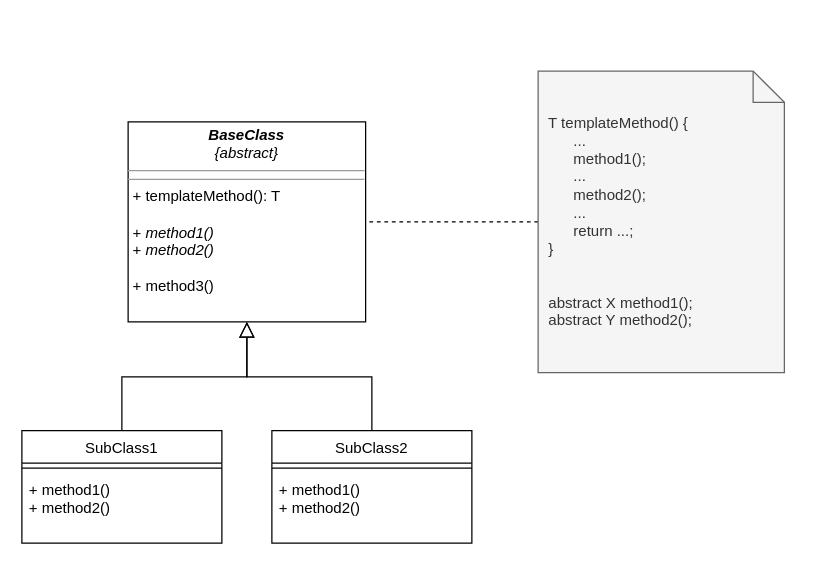
Earlier version of the draw.io diagram markdown/pattern/images/template-method.drawio (Programmiermethoden-CampusMinden/Prog2-Lecture). Source tidied: cells renumbered, new cells numbered last; positions are measured from the earlier drawing's top-left corner, leaving out a move shared by most shapes. Both pictures are drawn from the tidied source at 125%, with x=0, y=0 at pixel (21, 70).
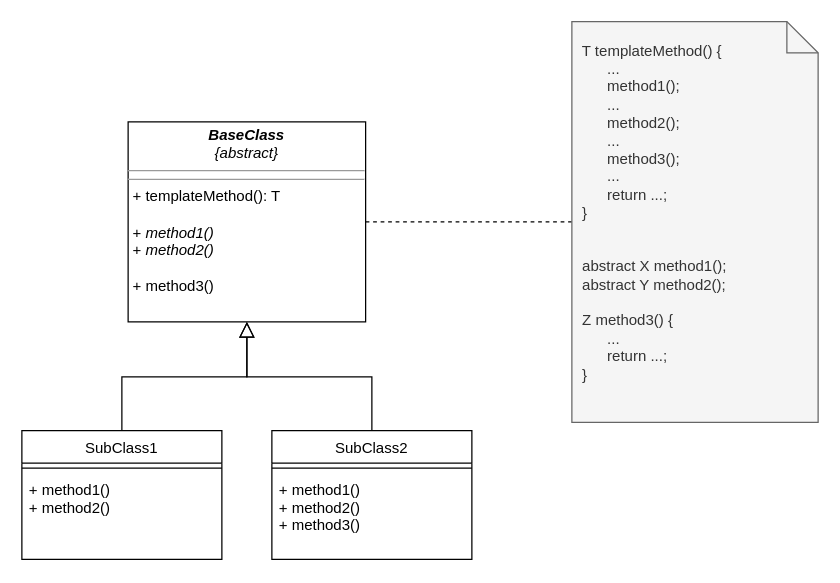
After the change.

The edit, as a diff of the source:
```diff
@@
 <mxGraphModel>
   <root>
     <mxCell id="0" />
     <mxCell id="1" parent="0" />
     <mxCell id="2" value="SubClass1" style="swimlane;fontStyle=0;align=center;verticalAlign=top;horizontal=1;startSize=26;rounded=0;shadow=0;strokeWidth=1;" parent="1" vertex="1">
-      <mxGeometry y="288" width="160" height="90" as="geometry" />
+      <mxGeometry y="288" width="160" height="103" as="geometry" />
     </mxCell>
     <mxCell id="3" style="line;html=1;strokeWidth=1;align=left;verticalAlign=middle;spacingTop=-1;spacingLeft=3;spacingRight=3;labelPosition=right;" parent="2" vertex="1">
       <mxGeometry y="26" width="160" height="8" as="geometry" />
     </mxCell>
     <mxCell id="4" value="+ method1()&#10;+ method2()" style="text;align=left;verticalAlign=top;spacingLeft=4;spacingRight=4;overflow=hidden;" parent="2" vertex="1">
       <mxGeometry y="34" width="160" height="56" as="geometry" />
     </mxCell>
     <mxCell id="5" style="endArrow=block;endSize=10;endFill=0;shadow=0;strokeWidth=1;rounded=0;edgeStyle=elbowEdgeStyle;elbow=vertical;entryX=0.5;entryY=1;entryDx=0;entryDy=0;" parent="1" edge="1" source="2" target="7">
       <mxGeometry relative="1" as="geometry" />
     </mxCell>
     <mxCell id="6" style="endArrow=block;endSize=10;endFill=0;shadow=0;strokeWidth=1;rounded=0;edgeStyle=elbowEdgeStyle;elbow=vertical;entryX=0.5;entryY=1;entryDx=0;entryDy=0;exitX=0.5;exitY=0;exitDx=0;exitDy=0;" parent="1" edge="1" source="8" target="7">
       <mxGeometry relative="1" as="geometry" />
     </mxCell>
     <mxCell id="7" value="&lt;p style=&quot;margin:0px;margin-top:4px;text-align:center;&quot;&gt;&lt;i&gt;&lt;b&gt;BaseClass&lt;/b&gt;&lt;br&gt;{abstract}&lt;b&gt;&lt;br&gt;&lt;/b&gt;&lt;/i&gt;&lt;/p&gt;&lt;hr size=&quot;1&quot;&gt;&lt;hr size=&quot;1&quot;&gt;&lt;p style=&quot;margin:0px;margin-left:4px;&quot;&gt;+ templateMethod(): T&lt;br&gt;&lt;/p&gt;&lt;p style=&quot;margin:0px;margin-left:4px;&quot;&gt;&lt;br&gt;&lt;/p&gt;&lt;p style=&quot;margin:0px;margin-left:4px;&quot;&gt;+ &lt;i&gt;method1()&lt;/i&gt;&lt;/p&gt;&lt;p style=&quot;margin:0px;margin-left:4px;&quot;&gt;+ &lt;i&gt;method2()&lt;/i&gt;&lt;/p&gt;&lt;p style=&quot;margin:0px;margin-left:4px;&quot;&gt;&lt;br&gt;&lt;/p&gt;&lt;p style=&quot;margin:0px;margin-left:4px;&quot;&gt;+ method3()&lt;/p&gt;&lt;p style=&quot;margin:0px;margin-left:4px;&quot;&gt;&lt;i&gt;&lt;br&gt;&lt;/i&gt;&lt;/p&gt;" style="verticalAlign=top;align=left;overflow=fill;fontSize=12;fontFamily=Helvetica;html=1;" parent="1" vertex="1">
       <mxGeometry x="85" y="41" width="190" height="160" as="geometry" />
     </mxCell>
     <mxCell id="8" value="SubClass2" style="swimlane;fontStyle=0;align=center;verticalAlign=top;horizontal=1;startSize=26;rounded=0;shadow=0;strokeWidth=1;" parent="1" vertex="1">
-      <mxGeometry x="200" y="288" width="160" height="90" as="geometry" />
+      <mxGeometry x="200" y="288" width="160" height="103" as="geometry" />
     </mxCell>
     <mxCell id="9" style="line;html=1;strokeWidth=1;align=left;verticalAlign=middle;spacingTop=-1;spacingLeft=3;spacingRight=3;labelPosition=right;" parent="8" vertex="1">
       <mxGeometry y="26" width="160" height="8" as="geometry" />
     </mxCell>
-    <mxCell id="10" value="+ method1()&#10;+ method2()" style="text;align=left;verticalAlign=top;spacingLeft=4;spacingRight=4;overflow=hidden;" parent="8" vertex="1">
+    <mxCell id="10" value="+ method1()&#10;+ method2()&#10;+ method3()&#10;" style="text;align=left;verticalAlign=top;spacingLeft=4;spacingRight=4;overflow=hidden;" parent="8" vertex="1">
       <mxGeometry y="34" width="160" height="56" as="geometry" />
     </mxCell>
     <mxCell id="11" style="edgeStyle=orthogonalEdgeStyle;rounded=0;jettySize=auto;html=1;entryX=1;entryY=0.5;entryDx=0;entryDy=0;endArrow=none;endFill=0;dashed=1;" parent="1" edge="1" source="12" target="7">
       <mxGeometry relative="1" as="geometry" />
     </mxCell>
-    <mxCell id="12" value="&lt;div&gt;&amp;nbsp; T templateMethod() {&lt;/div&gt;&lt;div&gt;&amp;nbsp;&amp;nbsp;&amp;nbsp;&amp;nbsp;&amp;nbsp;&amp;nbsp;&amp;nbsp; ...&lt;/div&gt;&lt;div&gt;&amp;nbsp;&amp;nbsp;&amp;nbsp;&amp;nbsp;&amp;nbsp;&amp;nbsp;&amp;nbsp; method1();&lt;/div&gt;&lt;div&gt;&amp;nbsp;&amp;nbsp;&amp;nbsp;&amp;nbsp;&amp;nbsp;&amp;nbsp;&amp;nbsp; ...&lt;/div&gt;&lt;div&gt;&amp;nbsp;&amp;nbsp;&amp;nbsp;&amp;nbsp;&amp;nbsp;&amp;nbsp;&amp;nbsp; method2();&lt;/div&gt;&lt;div&gt;&amp;nbsp;&amp;nbsp;&amp;nbsp;&amp;nbsp;&amp;nbsp;&amp;nbsp;&amp;nbsp; ...&lt;/div&gt;&lt;div&gt;&amp;nbsp;&amp;nbsp;&amp;nbsp;&amp;nbsp;&amp;nbsp;&amp;nbsp;&amp;nbsp; return ...;&lt;br&gt;&lt;/div&gt;&lt;div&gt;&amp;nbsp; }&lt;/div&gt;&lt;div&gt;&lt;br&gt;&lt;/div&gt;&lt;div&gt;&lt;br&gt;&lt;/div&gt;&lt;div&gt;&amp;nbsp; abstract X method1();&lt;/div&gt;&lt;div&gt;&amp;nbsp; abstract Y method2();&lt;/div&gt;" style="shape=note2;boundedLbl=1;whiteSpace=wrap;html=1;size=25;verticalAlign=middle;align=left;fillColor=#f5f5f5;fontColor=#333333;strokeColor=#666666;labelPosition=center;verticalLabelPosition=middle;" parent="1" vertex="1">
-      <mxGeometry x="413" y="0.4" width="197" height="241.2" as="geometry" />
+    <mxCell id="12" value="&lt;div&gt;&amp;nbsp; T templateMethod() {&lt;/div&gt;&lt;div&gt;&amp;nbsp;&amp;nbsp;&amp;nbsp;&amp;nbsp;&amp;nbsp;&amp;nbsp;&amp;nbsp; ...&lt;/div&gt;&lt;div&gt;&amp;nbsp;&amp;nbsp;&amp;nbsp;&amp;nbsp;&amp;nbsp;&amp;nbsp;&amp;nbsp; method1();&lt;/div&gt;&lt;div&gt;&amp;nbsp;&amp;nbsp;&amp;nbsp;&amp;nbsp;&amp;nbsp;&amp;nbsp;&amp;nbsp; ...&lt;/div&gt;&lt;div&gt;&amp;nbsp;&amp;nbsp;&amp;nbsp;&amp;nbsp;&amp;nbsp;&amp;nbsp;&amp;nbsp; method2();&lt;/div&gt;&lt;div&gt;&amp;nbsp;&amp;nbsp;&amp;nbsp;&amp;nbsp;&amp;nbsp;&amp;nbsp;&amp;nbsp; ...&lt;/div&gt;&lt;div&gt;&amp;nbsp;&amp;nbsp;&amp;nbsp;&amp;nbsp;&amp;nbsp;&amp;nbsp;&amp;nbsp; method3();&lt;/div&gt;&lt;div&gt;&amp;nbsp;&amp;nbsp;&amp;nbsp;&amp;nbsp;&amp;nbsp;&amp;nbsp;&amp;nbsp; ...&lt;br&gt;&lt;/div&gt;&lt;div&gt;&amp;nbsp;&amp;nbsp;&amp;nbsp;&amp;nbsp;&amp;nbsp;&amp;nbsp;&amp;nbsp; return ...;&lt;br&gt;&lt;/div&gt;&lt;div&gt;&amp;nbsp; }&lt;/div&gt;&lt;div&gt;&lt;br&gt;&lt;/div&gt;&lt;div&gt;&lt;br&gt;&lt;/div&gt;&lt;div&gt;&amp;nbsp; abstract X method1();&lt;/div&gt;&lt;div&gt;&amp;nbsp; abstract Y method2();&lt;/div&gt;&lt;div&gt;&lt;br&gt;&lt;/div&gt;&lt;div&gt;&amp;nbsp; Z method3() {&lt;/div&gt;&lt;div&gt;&lt;div&gt;&amp;nbsp;&amp;nbsp;&amp;nbsp;&amp;nbsp;&amp;nbsp;&amp;nbsp;&amp;nbsp; ...&lt;br&gt;&lt;/div&gt;&lt;div&gt;&amp;nbsp;&amp;nbsp;&amp;nbsp;&amp;nbsp;&amp;nbsp;&amp;nbsp;&amp;nbsp; return ...;&lt;br&gt;&lt;/div&gt;&lt;div&gt;&amp;nbsp; }&lt;/div&gt;&lt;div&gt;&lt;br&gt;&lt;/div&gt;&lt;/div&gt;" style="shape=note2;boundedLbl=1;whiteSpace=wrap;html=1;size=25;verticalAlign=middle;align=left;fillColor=#f5f5f5;fontColor=#333333;strokeColor=#666666;labelPosition=center;verticalLabelPosition=middle;" parent="1" vertex="1">
+      <mxGeometry x="440" y="-39.3" width="197" height="320.6" as="geometry" />
     </mxCell>
   </root>
 </mxGraphModel>
```
